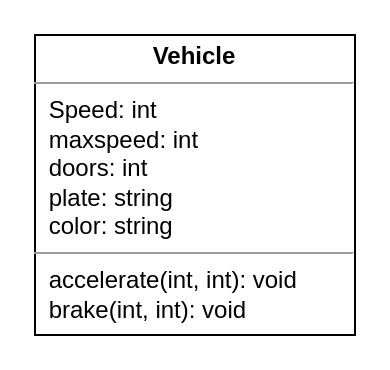
Huzaifa-Khalid-2/ics4u-unit2-05-typescript keeps this draw.io diagram as design/class.drawio. Above is the earlier version. Source tidied: cells renumbered, new cells numbered last; positions are measured from the earlier drawing's top-left corner, leaving out a move shared by most shapes. Both pictures are drawn from the tidied source at 200%, with x=0, y=0 at pixel (34, 34).
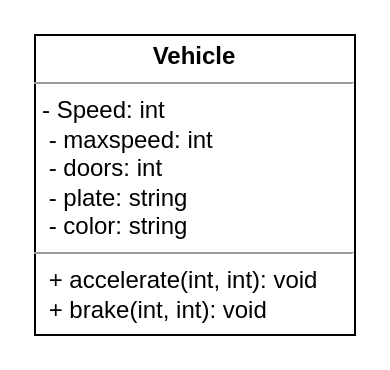
The same diagram, later.

Change to the diagram source:
```diff
@@
 <mxGraphModel>
   <root>
     <mxCell id="0" />
     <mxCell id="1" parent="0" />
-    <mxCell id="2" value="&lt;p style=&quot;margin: 0px ; margin-top: 4px ; text-align: center&quot;&gt;&lt;b&gt;Vehicle&lt;/b&gt;&lt;/p&gt;&lt;hr size=&quot;1&quot;&gt;&lt;p style=&quot;margin: 0px ; margin-left: 4px&quot;&gt;&amp;nbsp;Speed: int&lt;/p&gt;&lt;p style=&quot;margin: 0px ; margin-left: 4px&quot;&gt;&amp;nbsp;maxspeed: int&lt;br&gt;&lt;/p&gt;&lt;p style=&quot;margin: 0px ; margin-left: 4px&quot;&gt;&amp;nbsp;doors: int&lt;br&gt;&lt;/p&gt;&lt;p style=&quot;margin: 0px ; margin-left: 4px&quot;&gt;&amp;nbsp;plate: string&lt;br&gt;&lt;/p&gt;&lt;p style=&quot;margin: 0px ; margin-left: 4px&quot;&gt;&amp;nbsp;color: string&lt;br&gt;&lt;/p&gt;&lt;hr size=&quot;1&quot;&gt;&lt;p style=&quot;margin: 0px ; margin-left: 4px&quot;&gt;&amp;nbsp;accelerate(int, int): void&lt;/p&gt;&lt;p style=&quot;margin: 0px ; margin-left: 4px&quot;&gt;&amp;nbsp;brake(int, int): void&lt;br&gt;&lt;/p&gt;" style="verticalAlign=top;align=left;overflow=fill;fontSize=12;fontFamily=Helvetica;html=1;" parent="1" vertex="1">
+    <mxCell id="2" value="&lt;p style=&quot;margin: 0px ; margin-top: 4px ; text-align: center&quot;&gt;&lt;b&gt;Vehicle&lt;/b&gt;&lt;/p&gt;&lt;hr size=&quot;1&quot;&gt;&lt;p style=&quot;margin: 0px ; margin-left: 4px&quot;&gt;- Speed: int&lt;/p&gt;&lt;p style=&quot;margin: 0px ; margin-left: 4px&quot;&gt;&amp;nbsp;- maxspeed: int&lt;br&gt;&lt;/p&gt;&lt;p style=&quot;margin: 0px ; margin-left: 4px&quot;&gt;&amp;nbsp;- doors: int&lt;br&gt;&lt;/p&gt;&lt;p style=&quot;margin: 0px ; margin-left: 4px&quot;&gt;&amp;nbsp;- plate: string&lt;br&gt;&lt;/p&gt;&lt;p style=&quot;margin: 0px ; margin-left: 4px&quot;&gt;&amp;nbsp;- color: string&lt;br&gt;&lt;/p&gt;&lt;hr size=&quot;1&quot;&gt;&lt;p style=&quot;margin: 0px ; margin-left: 4px&quot;&gt;&amp;nbsp;+ accelerate(int, int): void&lt;/p&gt;&lt;p style=&quot;margin: 0px ; margin-left: 4px&quot;&gt;&amp;nbsp;+ brake(int, int): void&lt;br&gt;&lt;/p&gt;" style="verticalAlign=top;align=left;overflow=fill;fontSize=12;fontFamily=Helvetica;html=1;" parent="1" vertex="1">
       <mxGeometry width="160" height="150" as="geometry" />
     </mxCell>
   </root>
 </mxGraphModel>
```
